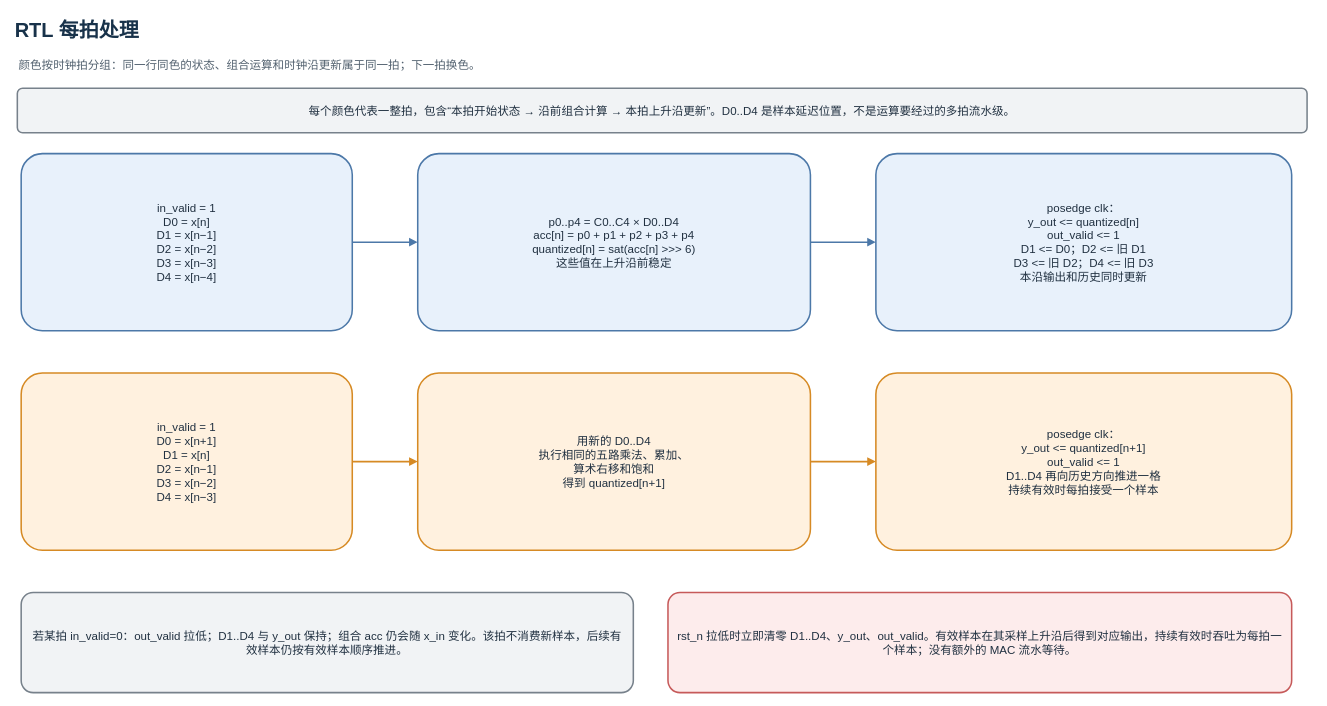
Before: page "RTL 每拍处理" (2 of 4) of 标准FFE/docs/ffe_design.drawio in yuanfang11223344/FFE, a draw.io diagram. Source tidied: cells renumbered, new cells numbered last; positions are measured from the earlier drawing's top-left corner, leaving out a move shared by most shapes. Both pictures are drawn from the tidied source at 77%, with x=0, y=0 at pixel (13, 13).
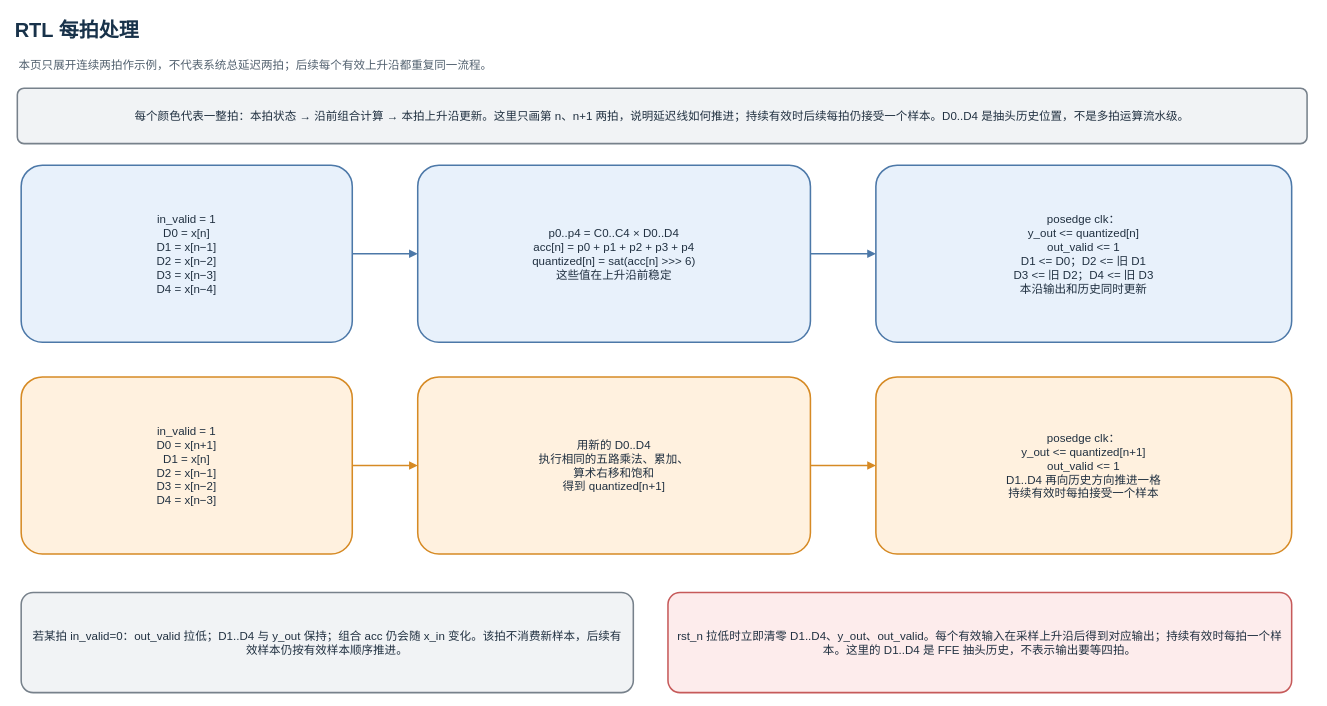
The same page after the edit.

Commit message (it also covers changes not shown here):
Clarify FFE cycle diagram timing

Diff of the diagram source:
```diff
@@
 <mxGraphModel>
   <root>
     <mxCell id="0" />
     <mxCell id="1" parent="0" />
     <mxCell id="2" value="RTL 每拍处理" style="text;html=1;strokeColor=none;fillColor=none;align=left;verticalAlign=middle;fontFamily=PingFang SC;fontSize=26;fontStyle=1;fontColor=#18324A;" parent="1" vertex="1">
       <mxGeometry width="1690" height="44" as="geometry" />
     </mxCell>
-    <mxCell id="3" value="颜色按时钟拍分组：同一行同色的状态、组合运算和时钟沿更新属于同一拍；下一拍换色。" style="text;html=1;strokeColor=none;fillColor=none;align=left;verticalAlign=middle;fontFamily=PingFang SC;fontSize=15;fontColor=#52616F;" parent="1" vertex="1">
+    <mxCell id="3" value="本页只展开连续两拍作示例，不代表系统总延迟两拍；后续每个有效上升沿都重复同一流程。" style="text;html=1;strokeColor=none;fillColor=none;align=left;verticalAlign=middle;fontFamily=PingFang SC;fontSize=15;fontColor=#52616F;" parent="1" vertex="1">
       <mxGeometry x="5" y="47" width="1680" height="38" as="geometry" />
     </mxCell>
-    <mxCell id="4" value="每个颜色代表一整拍，包含“本拍开始状态 → 沿前组合计算 → 本拍上升沿更新”。D0..D4 是样本延迟位置，不是运算要经过的多拍流水级。" style="rounded=1;whiteSpace=wrap;html=1;arcSize=12;shadow=0;fillColor=#F1F3F5;strokeColor=#77818B;strokeWidth=2;fontFamily=PingFang SC;fontSize=15;fontColor=#203040;align=center;verticalAlign=middle;spacing=10;" parent="1" vertex="1">
-      <mxGeometry x="5" y="97" width="1675" height="58" as="geometry" />
+    <mxCell id="4" value="每个颜色代表一整拍：本拍状态 → 沿前组合计算 → 本拍上升沿更新。这里只画第 n、n+1 两拍，说明延迟线如何推进；持续有效时后续每拍仍接受一个样本。D0..D4 是抽头历史位置，不是多拍运算流水级。" style="rounded=1;whiteSpace=wrap;html=1;arcSize=12;shadow=0;fillColor=#F1F3F5;strokeColor=#77818B;strokeWidth=2;fontFamily=PingFang SC;fontSize=15;fontColor=#203040;align=center;verticalAlign=middle;spacing=10;" parent="1" vertex="1">
+      <mxGeometry x="5" y="97" width="1675" height="72" as="geometry" />
     </mxCell>
     <mxCell id="5" value="in_valid = 1&#10;D0 = x[n]&#10;D1 = x[n−1]&#10;D2 = x[n−2]&#10;D3 = x[n−3]&#10;D4 = x[n−4]" style="rounded=1;whiteSpace=wrap;html=1;arcSize=12;shadow=0;fillColor=#E8F1FB;strokeColor=#4C78A8;strokeWidth=2;fontFamily=PingFang SC;fontSize=15;fontColor=#203040;align=center;verticalAlign=middle;spacing=10;" parent="1" vertex="1">
-      <mxGeometry x="10" y="182" width="430" height="230" as="geometry" />
+      <mxGeometry x="10" y="197" width="430" height="230" as="geometry" />
     </mxCell>
     <mxCell id="6" value="p0..p4 = C0..C4 × D0..D4&#10;acc[n] = p0 + p1 + p2 + p3 + p4&#10;quantized[n] = sat(acc[n] &gt;&gt;&gt; 6)&#10;这些值在上升沿前稳定" style="rounded=1;whiteSpace=wrap;html=1;arcSize=12;shadow=0;fillColor=#E8F1FB;strokeColor=#4C78A8;strokeWidth=2;fontFamily=PingFang SC;fontSize=15;fontColor=#203040;align=center;verticalAlign=middle;spacing=10;" parent="1" vertex="1">
-      <mxGeometry x="525" y="182" width="510" height="230" as="geometry" />
+      <mxGeometry x="525" y="197" width="510" height="230" as="geometry" />
     </mxCell>
     <mxCell id="7" value="posedge clk：&#10;y_out &lt;= quantized[n]&#10;out_valid &lt;= 1&#10;D1 &lt;= D0；D2 &lt;= 旧 D1&#10;D3 &lt;= 旧 D2；D4 &lt;= 旧 D3&#10;本沿输出和历史同时更新" style="rounded=1;whiteSpace=wrap;html=1;arcSize=12;shadow=0;fillColor=#E8F1FB;strokeColor=#4C78A8;strokeWidth=2;fontFamily=PingFang SC;fontSize=15;fontColor=#203040;align=center;verticalAlign=middle;spacing=10;" parent="1" vertex="1">
-      <mxGeometry x="1120" y="182" width="540" height="230" as="geometry" />
+      <mxGeometry x="1120" y="197" width="540" height="230" as="geometry" />
     </mxCell>
     <mxCell id="8" style="edgeStyle=orthogonalEdgeStyle;rounded=1;jettySize=auto;html=1;strokeColor=#4C78A8;strokeWidth=2;endArrow=block;endFill=1;fontFamily=PingFang SC;fontSize=13;fontColor=#37474F;" parent="1" edge="1" source="5" target="6">
       <mxGeometry relative="1" as="geometry" />
     </mxCell>
     <mxCell id="9" style="edgeStyle=orthogonalEdgeStyle;rounded=1;jettySize=auto;html=1;strokeColor=#4C78A8;strokeWidth=2;endArrow=block;endFill=1;fontFamily=PingFang SC;fontSize=13;fontColor=#37474F;" parent="1" edge="1" source="6" target="7">
       <mxGeometry relative="1" as="geometry" />
     </mxCell>
     <mxCell id="10" value="in_valid = 1&#10;D0 = x[n+1]&#10;D1 = x[n]&#10;D2 = x[n−1]&#10;D3 = x[n−2]&#10;D4 = x[n−3]" style="rounded=1;whiteSpace=wrap;html=1;arcSize=12;shadow=0;fillColor=#FFF1DF;strokeColor=#D68A24;strokeWidth=2;fontFamily=PingFang SC;fontSize=15;fontColor=#203040;align=center;verticalAlign=middle;spacing=10;" parent="1" vertex="1">
-      <mxGeometry x="10" y="467" width="430" height="230" as="geometry" />
+      <mxGeometry x="10" y="472" width="430" height="230" as="geometry" />
     </mxCell>
     <mxCell id="11" value="用新的 D0..D4&#10;执行相同的五路乘法、累加、&#10;算术右移和饱和&#10;得到 quantized[n+1]" style="rounded=1;whiteSpace=wrap;html=1;arcSize=12;shadow=0;fillColor=#FFF1DF;strokeColor=#D68A24;strokeWidth=2;fontFamily=PingFang SC;fontSize=15;fontColor=#203040;align=center;verticalAlign=middle;spacing=10;" parent="1" vertex="1">
-      <mxGeometry x="525" y="467" width="510" height="230" as="geometry" />
+      <mxGeometry x="525" y="472" width="510" height="230" as="geometry" />
     </mxCell>
     <mxCell id="12" value="posedge clk：&#10;y_out &lt;= quantized[n+1]&#10;out_valid &lt;= 1&#10;D1..D4 再向历史方向推进一格&#10;持续有效时每拍接受一个样本" style="rounded=1;whiteSpace=wrap;html=1;arcSize=12;shadow=0;fillColor=#FFF1DF;strokeColor=#D68A24;strokeWidth=2;fontFamily=PingFang SC;fontSize=15;fontColor=#203040;align=center;verticalAlign=middle;spacing=10;" parent="1" vertex="1">
-      <mxGeometry x="1120" y="467" width="540" height="230" as="geometry" />
+      <mxGeometry x="1120" y="472" width="540" height="230" as="geometry" />
     </mxCell>
     <mxCell id="13" style="edgeStyle=orthogonalEdgeStyle;rounded=1;jettySize=auto;html=1;strokeColor=#D68A24;strokeWidth=2;endArrow=block;endFill=1;fontFamily=PingFang SC;fontSize=13;fontColor=#37474F;" parent="1" edge="1" source="10" target="11">
       <mxGeometry relative="1" as="geometry" />
     </mxCell>
     <mxCell id="14" style="edgeStyle=orthogonalEdgeStyle;rounded=1;jettySize=auto;html=1;strokeColor=#D68A24;strokeWidth=2;endArrow=block;endFill=1;fontFamily=PingFang SC;fontSize=13;fontColor=#37474F;" parent="1" edge="1" source="11" target="12">
       <mxGeometry relative="1" as="geometry" />
     </mxCell>
     <mxCell id="15" value="若某拍 in_valid=0：out_valid 拉低；D1..D4 与 y_out 保持；组合 acc 仍会随 x_in 变化。该拍不消费新样本，后续有效样本仍按有效样本顺序推进。" style="rounded=1;whiteSpace=wrap;html=1;arcSize=12;shadow=0;fillColor=#F1F3F5;strokeColor=#77818B;strokeWidth=2;fontFamily=PingFang SC;fontSize=15;fontColor=#203040;align=center;verticalAlign=middle;spacing=10;" parent="1" vertex="1">
       <mxGeometry x="10" y="752" width="795" height="130" as="geometry" />
     </mxCell>
-    <mxCell id="16" value="rst_n 拉低时立即清零 D1..D4、y_out、out_valid。有效样本在其采样上升沿后得到对应输出，持续有效时吞吐为每拍一个样本；没有额外的 MAC 流水等待。" style="rounded=1;whiteSpace=wrap;html=1;arcSize=12;shadow=0;fillColor=#FDECEC;strokeColor=#C65A5A;strokeWidth=2;fontFamily=PingFang SC;fontSize=15;fontColor=#203040;align=center;verticalAlign=middle;spacing=10;" parent="1" vertex="1">
+    <mxCell id="16" value="rst_n 拉低时立即清零 D1..D4、y_out、out_valid。每个有效输入在采样上升沿后得到对应输出；持续有效时每拍一个样本。这里的 D1..D4 是 FFE 抽头历史，不表示输出要等四拍。" style="rounded=1;whiteSpace=wrap;html=1;arcSize=12;shadow=0;fillColor=#FDECEC;strokeColor=#C65A5A;strokeWidth=2;fontFamily=PingFang SC;fontSize=15;fontColor=#203040;align=center;verticalAlign=middle;spacing=10;" parent="1" vertex="1">
       <mxGeometry x="850" y="752" width="810" height="130" as="geometry" />
     </mxCell>
   </root>
 </mxGraphModel>
```
